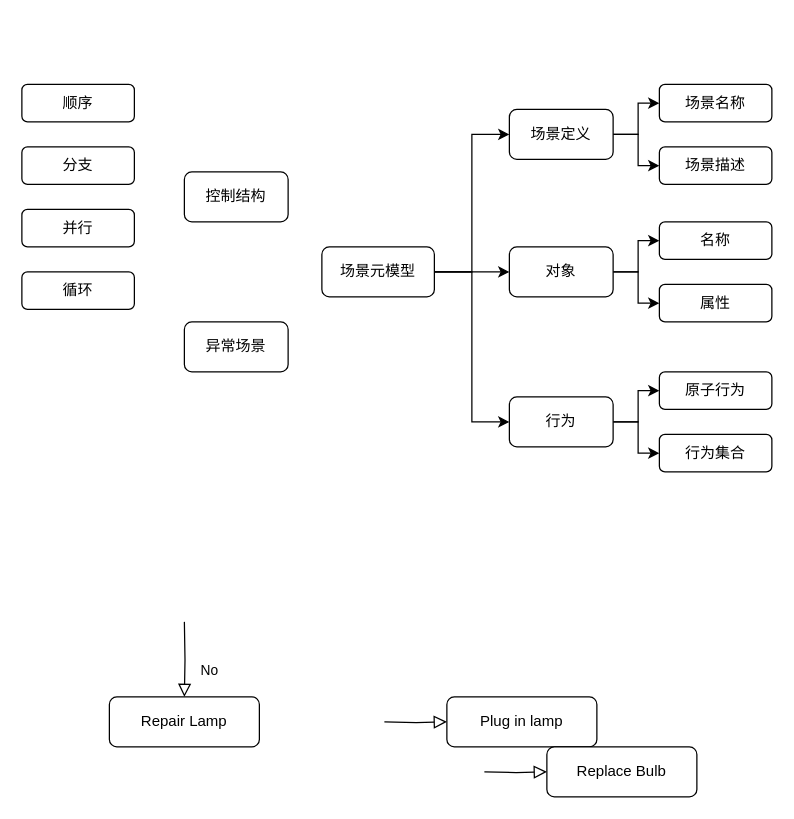
Above: 未命名绘图.drawio in muli-bit/Test (draw.io), before the change. Source tidied: cells renumbered, new cells numbered last; positions are measured from the earlier drawing's top-left corner, leaving out a move shared by most shapes. Both pictures are drawn from the tidied source at 125%, with x=0, y=0 at pixel (21, 84).
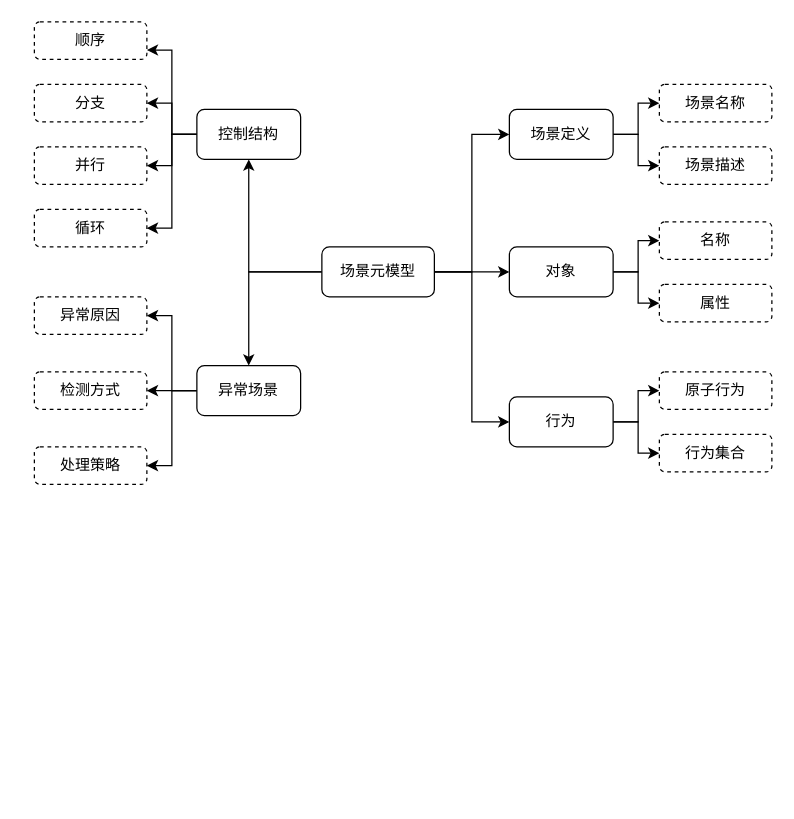
The same diagram, later.

Commit message:
更新未命名绘图.drawio

The change refers to these unchanged cells:
```xml
<mxCell id="5" value="场景元模型" style="rounded=1;whiteSpace=wrap;html=1;fontSize=12;glass=0;strokeWidth=1;shadow=0;" parent="1" vertex="1">
  <mxGeometry x="240" y="130" width="90" height="40" as="geometry" />
</mxCell>
```

Change to the diagram source:
```diff
@@
+    <mxCell id="33" style="edgeStyle=orthogonalEdgeStyle;rounded=0;jettySize=auto;html=1;exitX=0;exitY=0.5;exitDx=0;exitDy=0;entryX=0.5;entryY=1;entryDx=0;entryDy=0;" parent="1" edge="1" source="5" target="27">
+      <mxGeometry relative="1" as="geometry" />
+    </mxCell>
+    <mxCell id="34" style="edgeStyle=orthogonalEdgeStyle;rounded=0;jettySize=auto;html=1;exitX=0;exitY=0.5;exitDx=0;exitDy=0;entryX=0.5;entryY=0;entryDx=0;entryDy=0;" parent="1" edge="1" source="5" target="28">
+      <mxGeometry relative="1" as="geometry" />
+    </mxCell>
@@
-    <mxCell id="6" style="edgeStyle=orthogonalEdgeStyle;rounded=0;html=1;jettySize=auto;fontSize=11;endArrow=block;endFill=0;endSize=8;strokeWidth=1;shadow=0;labelBackgroundColor=none;" parent="1" edge="1" target="7">
-      <mxGeometry y="10" relative="1" as="geometry">
-        <mxPoint x="290" y="510" as="sourcePoint" />
-      </mxGeometry>
-    </mxCell>
-    <mxCell id="7" value="Plug in lamp" style="rounded=1;whiteSpace=wrap;html=1;fontSize=12;glass=0;strokeWidth=1;shadow=0;" parent="1" vertex="1">
-      <mxGeometry x="340" y="490" width="120" height="40" as="geometry" />
-    </mxCell>
-    <mxCell id="8" value="No" style="rounded=0;html=1;jettySize=auto;fontSize=11;endArrow=block;endFill=0;endSize=8;strokeWidth=1;shadow=0;labelBackgroundColor=none;edgeStyle=orthogonalEdgeStyle;" parent="1" edge="1" target="10">
-      <mxGeometry x="0.33" y="20" relative="1" as="geometry">
-        <mxPoint x="130" y="430" as="sourcePoint" />
-      </mxGeometry>
-    </mxCell>
-    <mxCell id="9" style="edgeStyle=orthogonalEdgeStyle;rounded=0;html=1;jettySize=auto;fontSize=11;endArrow=block;endFill=0;endSize=8;strokeWidth=1;shadow=0;labelBackgroundColor=none;" parent="1" edge="1" target="11">
-      <mxGeometry y="10" relative="1" as="geometry">
-        <mxPoint x="370" y="550" as="sourcePoint" />
-      </mxGeometry>
-    </mxCell>
-    <mxCell id="10" value="Repair Lamp" style="rounded=1;whiteSpace=wrap;html=1;fontSize=12;glass=0;strokeWidth=1;shadow=0;" parent="1" vertex="1">
-      <mxGeometry x="70" y="490" width="120" height="40" as="geometry" />
-    </mxCell>
-    <mxCell id="11" value="Replace Bulb" style="rounded=1;whiteSpace=wrap;html=1;fontSize=12;glass=0;strokeWidth=1;shadow=0;" parent="1" vertex="1">
-      <mxGeometry x="420" y="530" width="120" height="40" as="geometry" />
-    </mxCell>
@@
-    <mxCell id="15" value="场景名称" style="rounded=1;whiteSpace=wrap;html=1;fontSize=12;glass=0;strokeWidth=1;shadow=0;" parent="1" vertex="1">
+    <mxCell id="15" value="场景名称" style="rounded=1;whiteSpace=wrap;html=1;fontSize=12;glass=0;strokeWidth=1;shadow=0;dashed=1;" parent="1" vertex="1">
       <mxGeometry x="510" width="90" height="30" as="geometry" />
     </mxCell>
-    <mxCell id="16" value="场景描述" style="rounded=1;whiteSpace=wrap;html=1;fontSize=12;glass=0;strokeWidth=1;shadow=0;" parent="1" vertex="1">
+    <mxCell id="16" value="场景描述" style="rounded=1;whiteSpace=wrap;html=1;fontSize=12;glass=0;strokeWidth=1;shadow=0;dashed=1;" parent="1" vertex="1">
       <mxGeometry x="510" y="50" width="90" height="30" as="geometry" />
     </mxCell>
@@
-    <mxCell id="23" value="名称" style="rounded=1;whiteSpace=wrap;html=1;fontSize=12;glass=0;strokeWidth=1;shadow=0;" parent="1" vertex="1">
+    <mxCell id="23" value="名称" style="rounded=1;whiteSpace=wrap;html=1;fontSize=12;glass=0;strokeWidth=1;shadow=0;dashed=1;" parent="1" vertex="1">
       <mxGeometry x="510" y="110" width="90" height="30" as="geometry" />
     </mxCell>
-    <mxCell id="24" value="属性" style="rounded=1;whiteSpace=wrap;html=1;fontSize=12;glass=0;strokeWidth=1;shadow=0;" parent="1" vertex="1">
+    <mxCell id="24" value="属性" style="rounded=1;whiteSpace=wrap;html=1;fontSize=12;glass=0;strokeWidth=1;shadow=0;dashed=1;" parent="1" vertex="1">
       <mxGeometry x="510" y="160" width="90" height="30" as="geometry" />
     </mxCell>
-    <mxCell id="25" value="原子行为" style="rounded=1;whiteSpace=wrap;html=1;fontSize=12;glass=0;strokeWidth=1;shadow=0;" parent="1" vertex="1">
+    <mxCell id="25" value="原子行为" style="rounded=1;whiteSpace=wrap;html=1;fontSize=12;glass=0;strokeWidth=1;shadow=0;dashed=1;" parent="1" vertex="1">
       <mxGeometry x="510" y="230" width="90" height="30" as="geometry" />
     </mxCell>
-    <mxCell id="26" value="行为集合" style="rounded=1;whiteSpace=wrap;html=1;fontSize=12;glass=0;strokeWidth=1;shadow=0;" parent="1" vertex="1">
+    <mxCell id="26" value="行为集合" style="rounded=1;whiteSpace=wrap;html=1;fontSize=12;glass=0;strokeWidth=1;shadow=0;dashed=1;" parent="1" vertex="1">
       <mxGeometry x="510" y="280" width="90" height="30" as="geometry" />
     </mxCell>
+    <mxCell id="35" style="edgeStyle=orthogonalEdgeStyle;rounded=0;jettySize=auto;html=1;exitX=0;exitY=0.5;exitDx=0;exitDy=0;entryX=1;entryY=0.75;entryDx=0;entryDy=0;" parent="1" edge="1" source="27" target="29">
+      <mxGeometry relative="1" as="geometry" />
+    </mxCell>
+    <mxCell id="36" style="edgeStyle=orthogonalEdgeStyle;rounded=0;jettySize=auto;html=1;exitX=0;exitY=0.5;exitDx=0;exitDy=0;entryX=1;entryY=0.5;entryDx=0;entryDy=0;" parent="1" edge="1" source="27" target="30">
+      <mxGeometry relative="1" as="geometry" />
+    </mxCell>
+    <mxCell id="37" style="edgeStyle=orthogonalEdgeStyle;rounded=0;jettySize=auto;html=1;exitX=0;exitY=0.5;exitDx=0;exitDy=0;entryX=1;entryY=0.5;entryDx=0;entryDy=0;" parent="1" edge="1" source="27" target="31">
+      <mxGeometry relative="1" as="geometry" />
+    </mxCell>
+    <mxCell id="38" style="edgeStyle=orthogonalEdgeStyle;rounded=0;jettySize=auto;html=1;exitX=0;exitY=0.5;exitDx=0;exitDy=0;entryX=1;entryY=0.5;entryDx=0;entryDy=0;" parent="1" edge="1" source="27" target="32">
+      <mxGeometry relative="1" as="geometry" />
+    </mxCell>
     <mxCell id="27" value="控制结构" style="rounded=1;whiteSpace=wrap;html=1;fontSize=12;glass=0;strokeWidth=1;shadow=0;" parent="1" vertex="1">
-      <mxGeometry x="130" y="70" width="83" height="40" as="geometry" />
+      <mxGeometry x="140" y="20" width="83" height="40" as="geometry" />
     </mxCell>
+    <mxCell id="39" style="edgeStyle=orthogonalEdgeStyle;rounded=0;jettySize=auto;html=1;exitX=0;exitY=0.5;exitDx=0;exitDy=0;entryX=1;entryY=0.5;entryDx=0;entryDy=0;" parent="1" edge="1" source="28" target="42">
+      <mxGeometry relative="1" as="geometry" />
+    </mxCell>
+    <mxCell id="40" style="edgeStyle=orthogonalEdgeStyle;rounded=0;jettySize=auto;html=1;exitX=0;exitY=0.5;exitDx=0;exitDy=0;entryX=1;entryY=0.5;entryDx=0;entryDy=0;" parent="1" edge="1" source="28" target="43">
+      <mxGeometry relative="1" as="geometry" />
+    </mxCell>
+    <mxCell id="41" style="edgeStyle=orthogonalEdgeStyle;rounded=0;jettySize=auto;html=1;exitX=0;exitY=0.5;exitDx=0;exitDy=0;entryX=1;entryY=0.5;entryDx=0;entryDy=0;" parent="1" edge="1" source="28" target="44">
+      <mxGeometry relative="1" as="geometry" />
+    </mxCell>
     <mxCell id="28" value="异常场景" style="rounded=1;whiteSpace=wrap;html=1;fontSize=12;glass=0;strokeWidth=1;shadow=0;" parent="1" vertex="1">
-      <mxGeometry x="130" y="190" width="83" height="40" as="geometry" />
+      <mxGeometry x="140" y="225" width="83" height="40" as="geometry" />
     </mxCell>
-    <mxCell id="29" value="顺序" style="rounded=1;whiteSpace=wrap;html=1;fontSize=12;glass=0;strokeWidth=1;shadow=0;" parent="1" vertex="1">
-      <mxGeometry width="90" height="30" as="geometry" />
+    <mxCell id="29" value="顺序" style="rounded=1;whiteSpace=wrap;html=1;fontSize=12;glass=0;strokeWidth=1;shadow=0;gradientColor=none;fillColor=default;dashed=1;" parent="1" vertex="1">
+      <mxGeometry x="10" y="-50" width="90" height="30" as="geometry" />
     </mxCell>
-    <mxCell id="30" value="分支" style="rounded=1;whiteSpace=wrap;html=1;fontSize=12;glass=0;strokeWidth=1;shadow=0;" parent="1" vertex="1">
-      <mxGeometry y="50" width="90" height="30" as="geometry" />
+    <mxCell id="30" value="分支" style="rounded=1;whiteSpace=wrap;html=1;fontSize=12;glass=0;strokeWidth=1;shadow=0;dashed=1;" parent="1" vertex="1">
+      <mxGeometry x="10" width="90" height="30" as="geometry" />
     </mxCell>
-    <mxCell id="31" value="并行" style="rounded=1;whiteSpace=wrap;html=1;fontSize=12;glass=0;strokeWidth=1;shadow=0;" parent="1" vertex="1">
-      <mxGeometry y="100" width="90" height="30" as="geometry" />
+    <mxCell id="31" value="并行" style="rounded=1;whiteSpace=wrap;html=1;fontSize=12;glass=0;strokeWidth=1;shadow=0;dashed=1;" parent="1" vertex="1">
+      <mxGeometry x="10" y="50" width="90" height="30" as="geometry" />
     </mxCell>
-    <mxCell id="32" value="循环" style="rounded=1;whiteSpace=wrap;html=1;fontSize=12;glass=0;strokeWidth=1;shadow=0;" parent="1" vertex="1">
-      <mxGeometry y="150" width="90" height="30" as="geometry" />
+    <mxCell id="32" value="循环" style="rounded=1;whiteSpace=wrap;html=1;fontSize=12;glass=0;strokeWidth=1;shadow=0;dashed=1;" parent="1" vertex="1">
+      <mxGeometry x="10" y="100" width="90" height="30" as="geometry" />
     </mxCell>
+    <mxCell id="42" value="异常原因" style="rounded=1;whiteSpace=wrap;html=1;fontSize=12;glass=0;strokeWidth=1;shadow=0;dashed=1;" parent="1" vertex="1">
+      <mxGeometry x="10" y="170" width="90" height="30" as="geometry" />
+    </mxCell>
+    <mxCell id="43" value="检测方式" style="rounded=1;whiteSpace=wrap;html=1;fontSize=12;glass=0;strokeWidth=1;shadow=0;dashed=1;" parent="1" vertex="1">
+      <mxGeometry x="10" y="230" width="90" height="30" as="geometry" />
+    </mxCell>
+    <mxCell id="44" value="处理策略" style="rounded=1;whiteSpace=wrap;html=1;fontSize=12;glass=0;strokeWidth=1;shadow=0;dashed=1;" parent="1" vertex="1">
+      <mxGeometry x="10" y="290" width="90" height="30" as="geometry" />
+    </mxCell>
```
